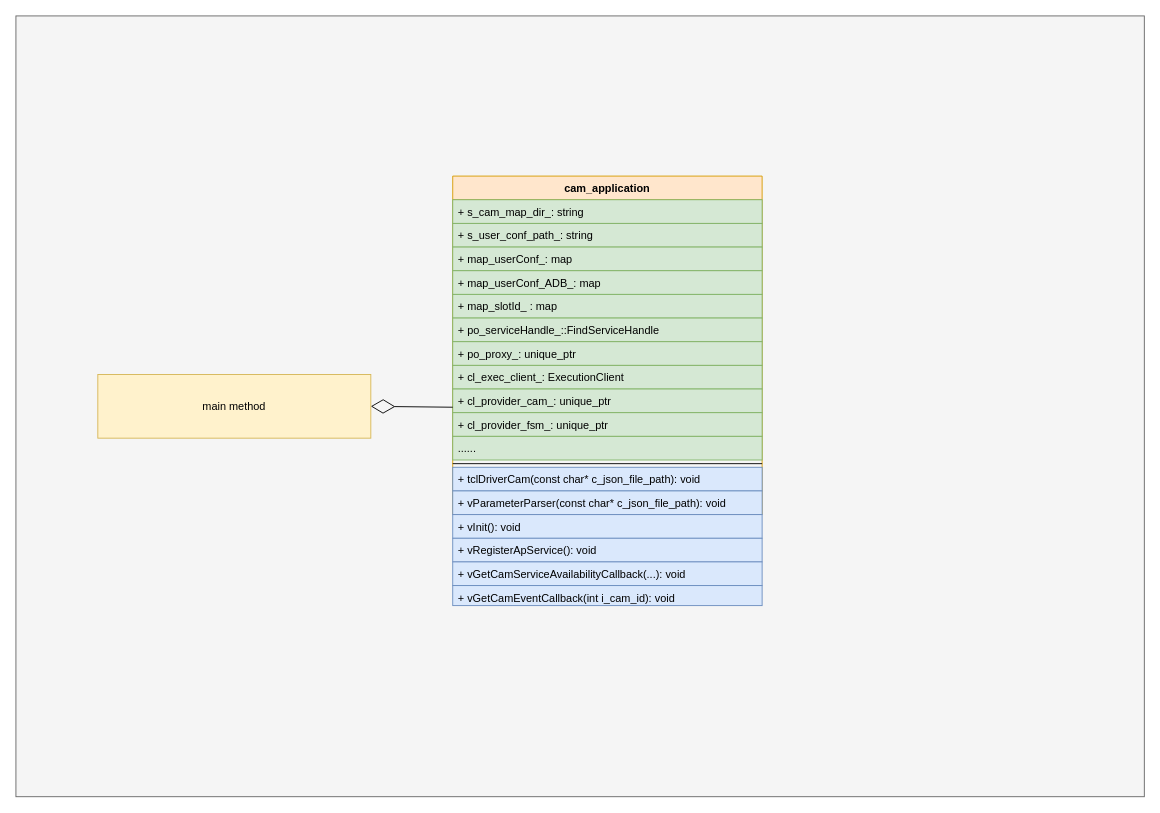
Above: driver_cam静态图.drawio in xiaoleli/diagrams (draw.io), before the change. Source tidied: cells renumbered, new cells numbered last; positions are measured from the earlier drawing's top-left corner, leaving out a move shared by most shapes. Both pictures are drawn from the tidied source at 91%, with x=0, y=0 at pixel (15, 15).
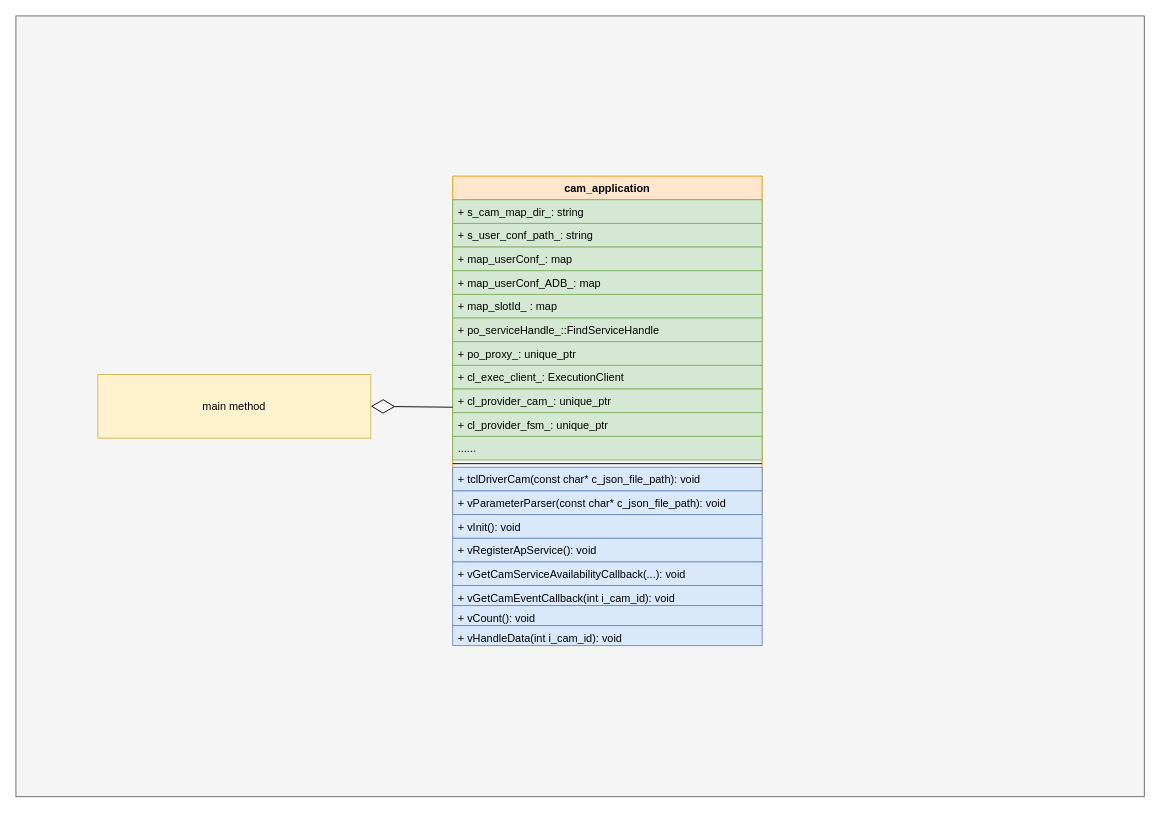
The same page after the edit.

Commit message:
更新driver_cam静态图.drawio

Change to the diagram source:
```diff
@@
+    <mxCell id="24" value="+ vCount(): void" style="text;strokeColor=#6c8ebf;fillColor=#dae8fc;align=left;verticalAlign=top;spacingLeft=4;spacingRight=4;overflow=hidden;" parent="1" vertex="1">
+      <mxGeometry x="480" y="648" width="340" height="22" as="geometry" />
+    </mxCell>
+    <mxCell id="25" value="+ vHandleData(int i_cam_id): void" style="text;strokeColor=#6c8ebf;fillColor=#dae8fc;align=left;verticalAlign=top;spacingLeft=4;spacingRight=4;overflow=hidden;" parent="1" vertex="1">
+      <mxGeometry x="480" y="670" width="340" height="22" as="geometry" />
+    </mxCell>
```
